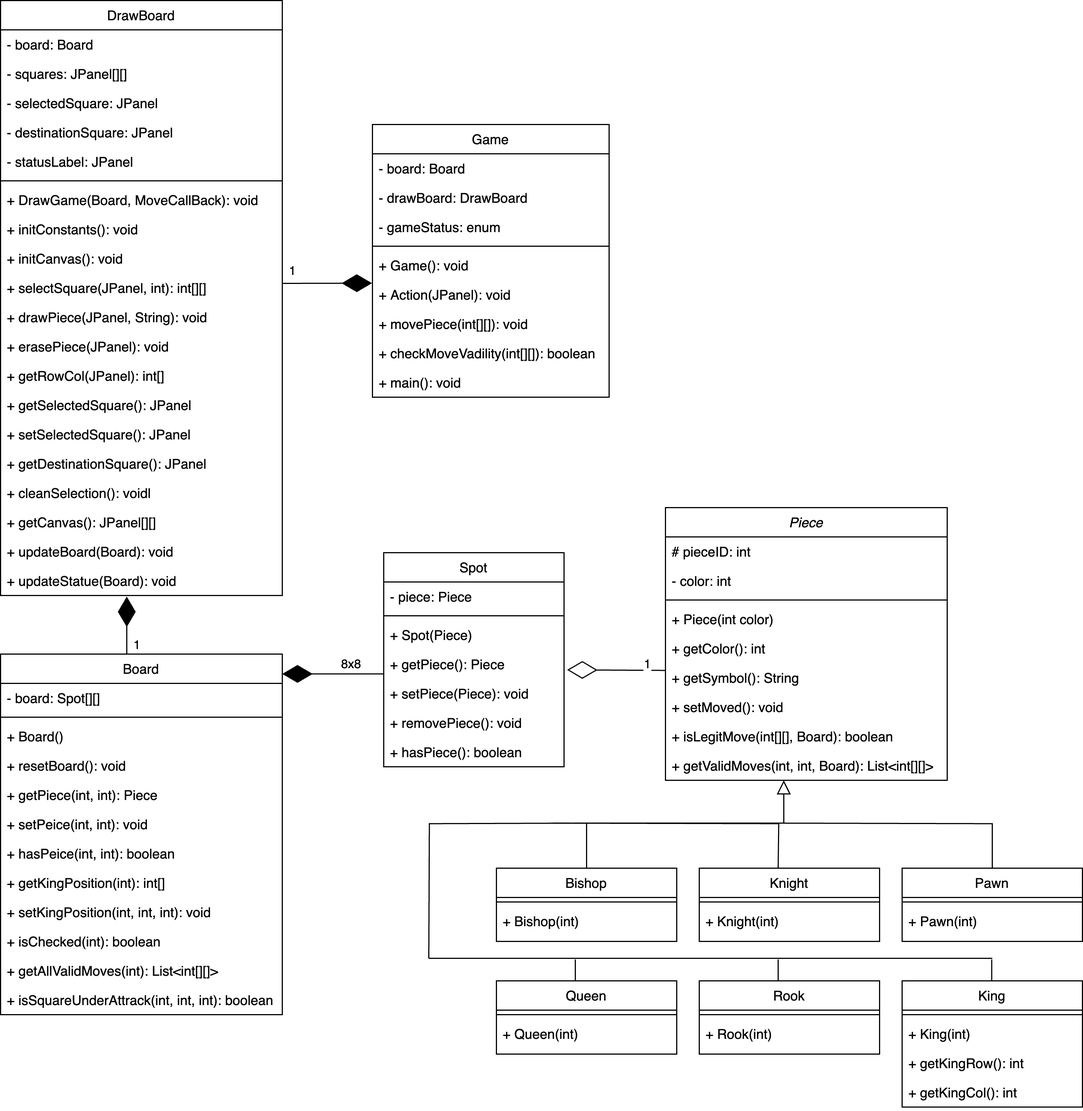
The draw.io diagram visuals/UML.png in yangfei4/ChessJava, before a commit. Source tidied: cells renumbered, new cells last; positions are measured from the earlier drawing's top-left corner, leaving out a move shared by most shapes.
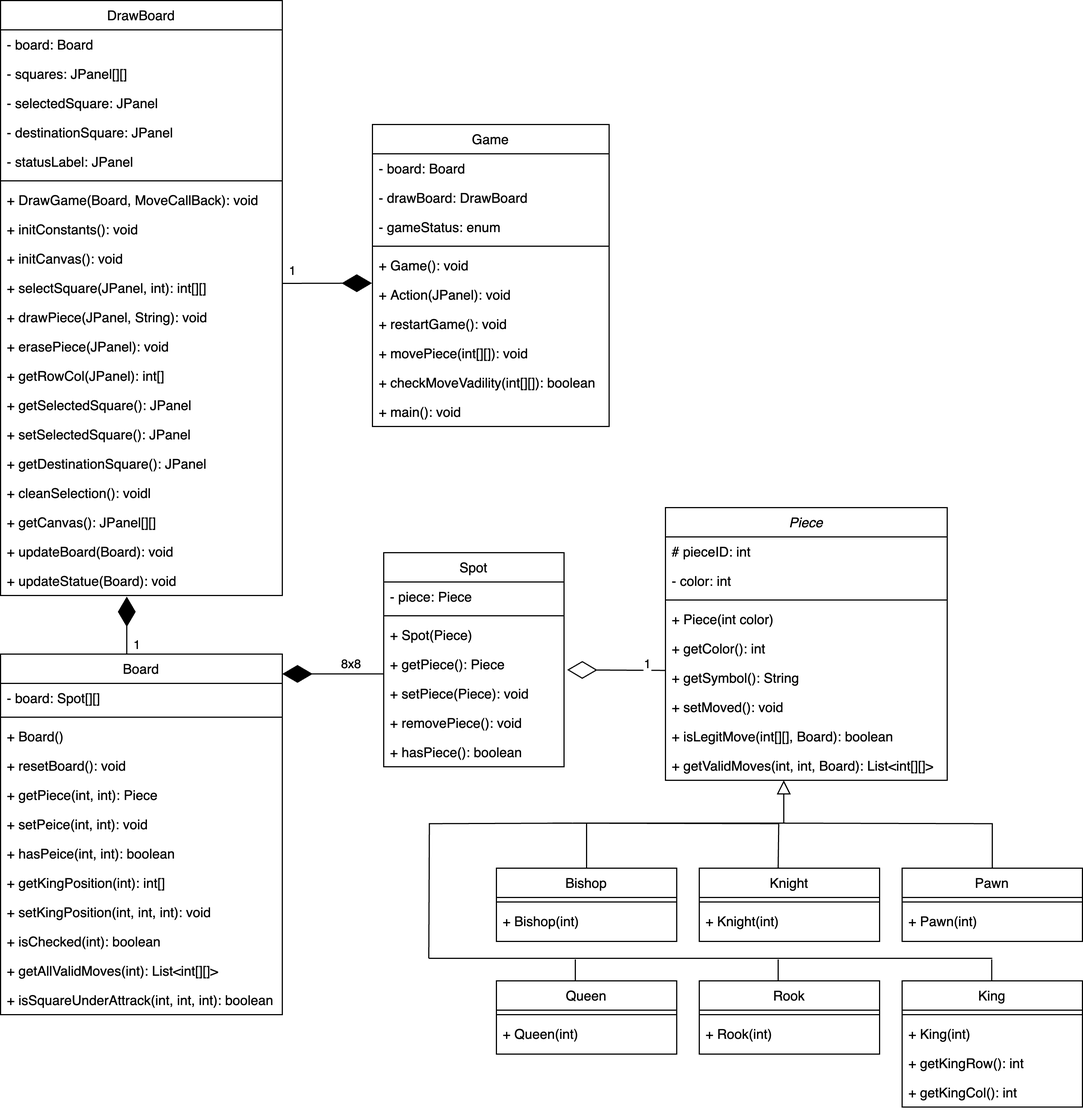
After the change.

The edit, as a diff of the source:
```diff
@@ -213,7 +213,7 @@
       <mxGeometry y="502" width="250" height="26" as="geometry" />
     </mxCell>
     <mxCell id="64" value="Game" style="swimlane;fontStyle=0;align=center;verticalAlign=top;horizontal=1;startSize=26;rounded=0;shadow=0;strokeWidth=1;" parent="1" vertex="1">
-      <mxGeometry x="330" y="110" width="210" height="242" as="geometry" />
+      <mxGeometry x="330" y="110" width="210" height="268" as="geometry" />
     </mxCell>
     <mxCell id="65" value="- board: Board" style="text;align=left;verticalAlign=top;spacingLeft=4;spacingRight=4;overflow=hidden;rounded=0;shadow=0;html=0;" parent="64" vertex="1">
       <mxGeometry y="26" width="210" height="26" as="geometry" />
@@ -233,14 +233,17 @@
     <mxCell id="70" value="+ Action(JPanel): void" style="text;align=left;verticalAlign=top;spacingLeft=4;spacingRight=4;overflow=hidden;points=[[0,0.5],[1,0.5]];portConstraint=eastwest;" parent="64" vertex="1">
       <mxGeometry y="138" width="210" height="26" as="geometry" />
     </mxCell>
+    <mxCell id="100" value="+ restartGame(): void" style="text;align=left;verticalAlign=top;spacingLeft=4;spacingRight=4;overflow=hidden;" parent="64" vertex="1">
+      <mxGeometry y="164" width="210" height="26" as="geometry" />
+    </mxCell>
     <mxCell id="71" value="+ movePiece(int[][]): void" style="text;align=left;verticalAlign=top;spacingLeft=4;spacingRight=4;overflow=hidden;" parent="64" vertex="1">
-      <mxGeometry y="164" width="210" height="26" as="geometry" />
+      <mxGeometry y="190" width="210" height="26" as="geometry" />
     </mxCell>
     <mxCell id="72" value="+ checkMoveVadility(int[][]): boolean" style="text;align=left;verticalAlign=top;spacingLeft=4;spacingRight=4;overflow=hidden;" parent="64" vertex="1">
-      <mxGeometry y="190" width="210" height="26" as="geometry" />
+      <mxGeometry y="216" width="210" height="26" as="geometry" />
     </mxCell>
     <mxCell id="73" value="+ main(): void" style="text;align=left;verticalAlign=top;spacingLeft=4;spacingRight=4;overflow=hidden;" parent="64" vertex="1">
-      <mxGeometry y="216" width="210" height="26" as="geometry" />
+      <mxGeometry y="242" width="210" height="26" as="geometry" />
     </mxCell>
     <mxCell id="74" value="King" style="swimlane;fontStyle=0;align=center;verticalAlign=top;horizontal=1;startSize=26;rounded=0;shadow=0;strokeWidth=1;" parent="1" vertex="1">
       <mxGeometry x="800" y="870" width="160" height="112" as="geometry" />
```
